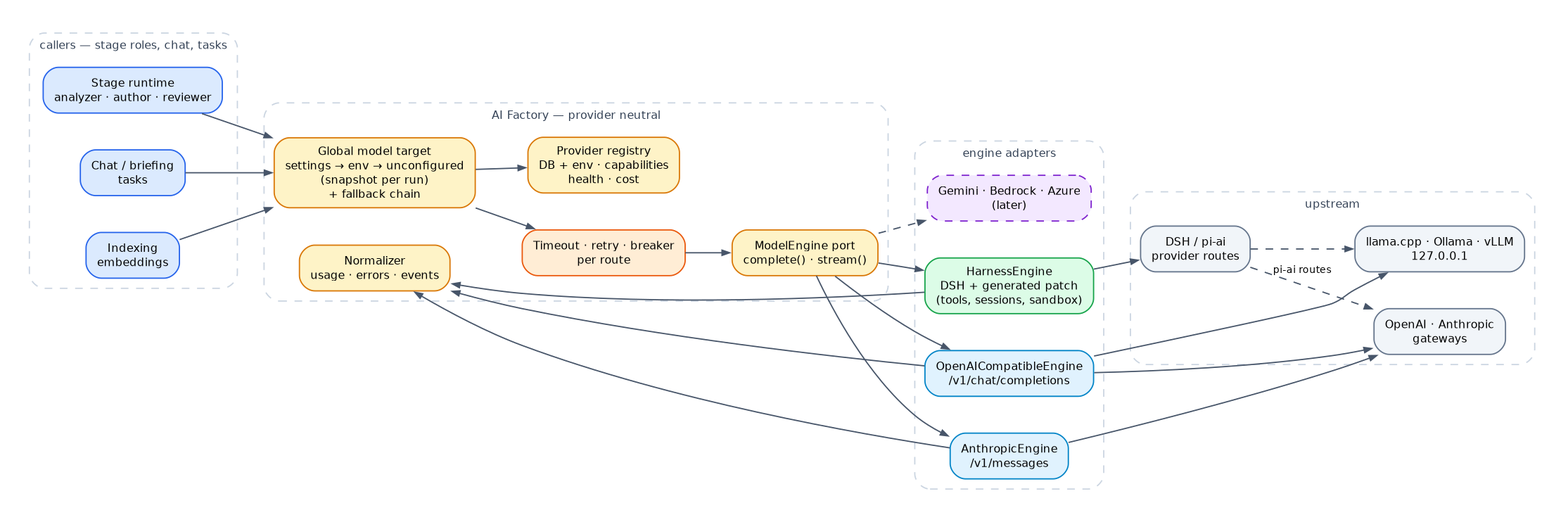
Above: docs/design/diagrams/model-providers.png in keensap/AIFactory (Graphviz), before the change. Its source is kept beside it as docs/design/diagrams/model-providers.dot.
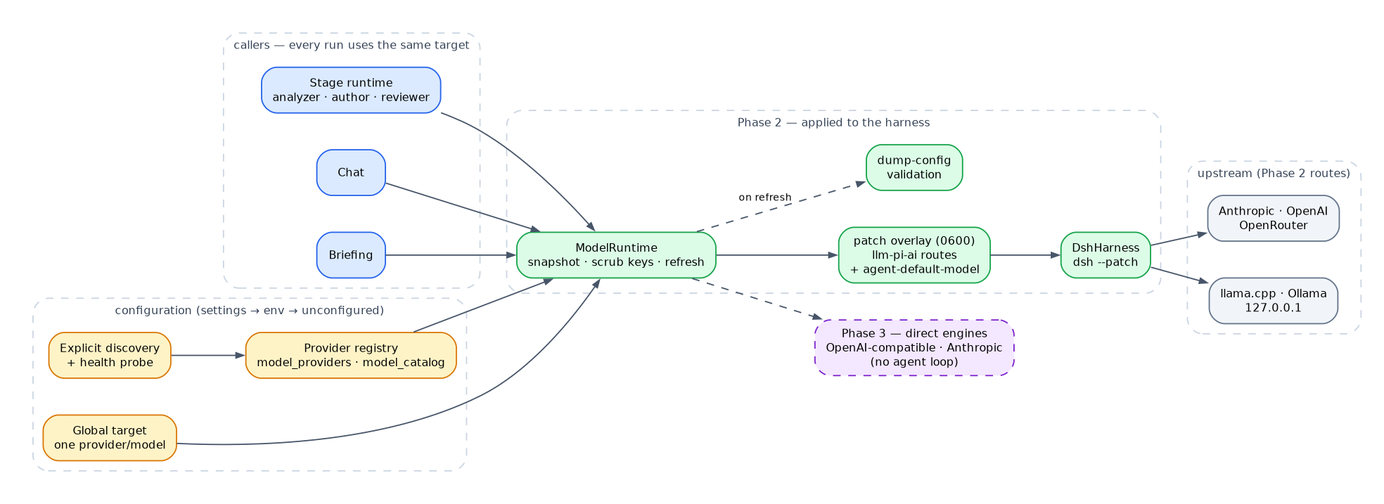
Above is the later version.

Diff of the diagram source:
```diff
@@ -4,41 +4,39 @@
   edge  [fontname="Helvetica", fontsize=8, color="#475569", arrowsize=0.6];
 
   subgraph cluster_callers {
-    label="callers — stage roles, chat, tasks"; fontsize=9; fontcolor="#334155"; color="#cbd5e1"; style="rounded,dashed";
+    label="callers — every run uses the same target"; fontsize=9; fontcolor="#334155"; color="#cbd5e1"; style="rounded,dashed";
     stage [label="Stage runtime\nanalyzer · author · reviewer", fillcolor="#dbeafe", color="#2563eb"];
-    chat [label="Chat / briefing\ntasks", fillcolor="#dbeafe", color="#2563eb"];
-    embed [label="Indexing\nembeddings", fillcolor="#dbeafe", color="#2563eb"];
+    chat [label="Chat", fillcolor="#dbeafe", color="#2563eb"];
+    brief [label="Briefing", fillcolor="#dbeafe", color="#2563eb"];
   }
 
-  subgraph cluster_core {
-    label="AI Factory — provider neutral"; fontsize=9; fontcolor="#334155"; color="#cbd5e1"; style="rounded,dashed";
-    target [label="Global model target\nsettings → env → unconfigured\n(snapshot per run)\n+ fallback chain", fillcolor="#fef3c7", color="#d97706"];
-    registry [label="Provider registry\nDB + env · capabilities\nhealth · cost", fillcolor="#fef3c7", color="#d97706"];
-    port [label="ModelEngine port\ncomplete() · stream()", fillcolor="#fef3c7", color="#d97706"];
-    norm [label="Normalizer\nusage · errors · events", fillcolor="#fef3c7", color="#d97706"];
-    breaker [label="Timeout · retry · breaker\nper route", fillcolor="#ffedd5", color="#ea580c"];
+  subgraph cluster_config {
+    label="configuration (settings → env → unconfigured)"; fontsize=9; fontcolor="#334155"; color="#cbd5e1"; style="rounded,dashed";
+    target [label="Global target\none provider/model", fillcolor="#fef3c7", color="#d97706"];
+    registry [label="Provider registry\nmodel_providers · model_catalog", fillcolor="#fef3c7", color="#d97706"];
+    discover [label="Explicit discovery\n+ health probe", fillcolor="#fef3c7", color="#d97706"];
   }
 
-  subgraph cluster_engines {
-    label="engine adapters"; fontsize=9; fontcolor="#334155"; color="#cbd5e1"; style="rounded,dashed";
-    harness [label="HarnessEngine\nDSH + generated patch\n(tools, sessions, sandbox)", fillcolor="#dcfce7", color="#16a34a"];
-    direct [label="OpenAICompatibleEngine\n/v1/chat/completions", fillcolor="#e0f2fe", color="#0284c7"];
-    anthropic [label="AnthropicEngine\n/v1/messages", fillcolor="#e0f2fe", color="#0284c7"];
-    future [label="Gemini · Bedrock · Azure\n(later)", fillcolor="#f3e8ff", color="#7e22ce", style="rounded,dashed,filled"];
+  subgraph cluster_runtime {
+    label="Phase 2 — applied to the harness"; fontsize=9; fontcolor="#334155"; color="#cbd5e1"; style="rounded,dashed";
+    runtime [label="ModelRuntime\nsnapshot · scrub keys · refresh", fillcolor="#dcfce7", color="#16a34a"];
+    patch [label="patch overlay (0600)\nllm-pi-ai routes\n+ agent-default-model", fillcolor="#dcfce7", color="#16a34a"];
+    harness [label="DshHarness\ndsh --patch", fillcolor="#dcfce7", color="#16a34a"];
+    validate [label="dump-config\nvalidation", fillcolor="#dcfce7", color="#16a34a"];
   }
 
   subgraph cluster_upstream {
-    label="upstream"; fontsize=9; fontcolor="#334155"; color="#cbd5e1"; style="rounded,dashed";
-    dsh [label="DSH / pi-ai\nprovider routes", fillcolor="#f1f5f9", color="#64748b"];
-    cloud [label="OpenAI · Anthropic\ngateways", fillcolor="#f1f5f9", color="#64748b"];
-    local [label="llama.cpp · Ollama · vLLM\n127.0.0.1", fillcolor="#f1f5f9", color="#64748b"];
+    label="upstream (Phase 2 routes)"; fontsize=9; fontcolor="#334155"; color="#cbd5e1"; style="rounded,dashed";
+    cloud [label="Anthropic · OpenAI\nOpenRouter", fillcolor="#f1f5f9", color="#64748b"];
+    local [label="llama.cpp · Ollama\n127.0.0.1", fillcolor="#f1f5f9", color="#64748b"];
   }
 
-  stage -> target; chat -> target; embed -> target;
-  target -> registry; target -> breaker -> port;
-  port -> harness; port -> direct; port -> anthropic; port -> future [style=dashed];
-  harness -> norm; direct -> norm; anthropic -> norm;
-  harness -> dsh; direct -> cloud; direct -> local; anthropic -> cloud;
-  dsh -> cloud [style=dashed, label="pi-ai routes"];
-  dsh -> local [style=dashed];
+  direct [label="Phase 3 — direct engines\nOpenAI-compatible · Anthropic\n(no agent loop)", fillcolor="#f3e8ff", color="#7e22ce", style="rounded,dashed,filled"];
+
+  stage -> runtime; chat -> runtime; brief -> runtime;
+  target -> runtime; registry -> runtime; discover -> registry;
+  runtime -> patch -> harness;
+  runtime -> validate [style=dashed, label="on refresh"];
+  harness -> cloud; harness -> local;
+  runtime -> direct [style=dashed];
 }
```
